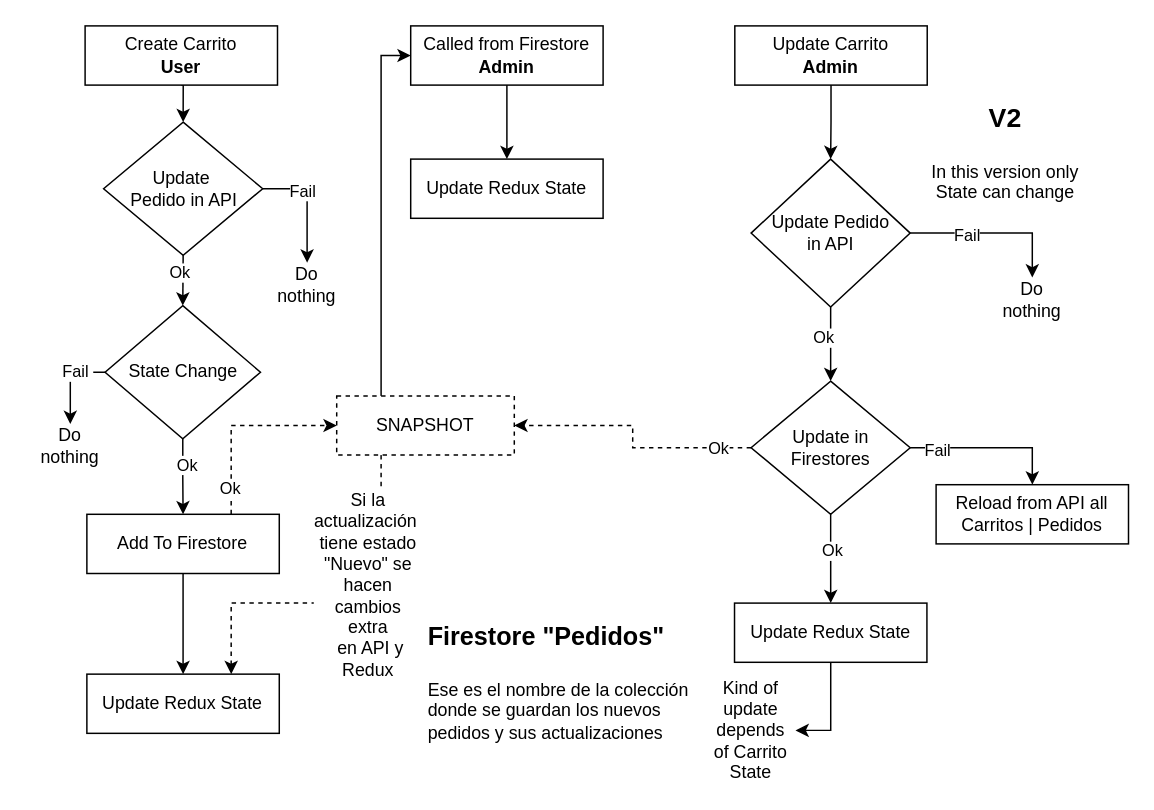
ariel0000/bar-app-diagrams keeps this draw.io diagram as D_Actividad Pedidos Firestore.drawio. Above is the earlier version. Source tidied: cells renumbered, new cells numbered last; positions are measured from the earlier drawing's top-left corner, leaving out a move shared by most shapes. Both pictures are drawn from the tidied source at 148%, with x=0, y=0 at pixel (25, 25).
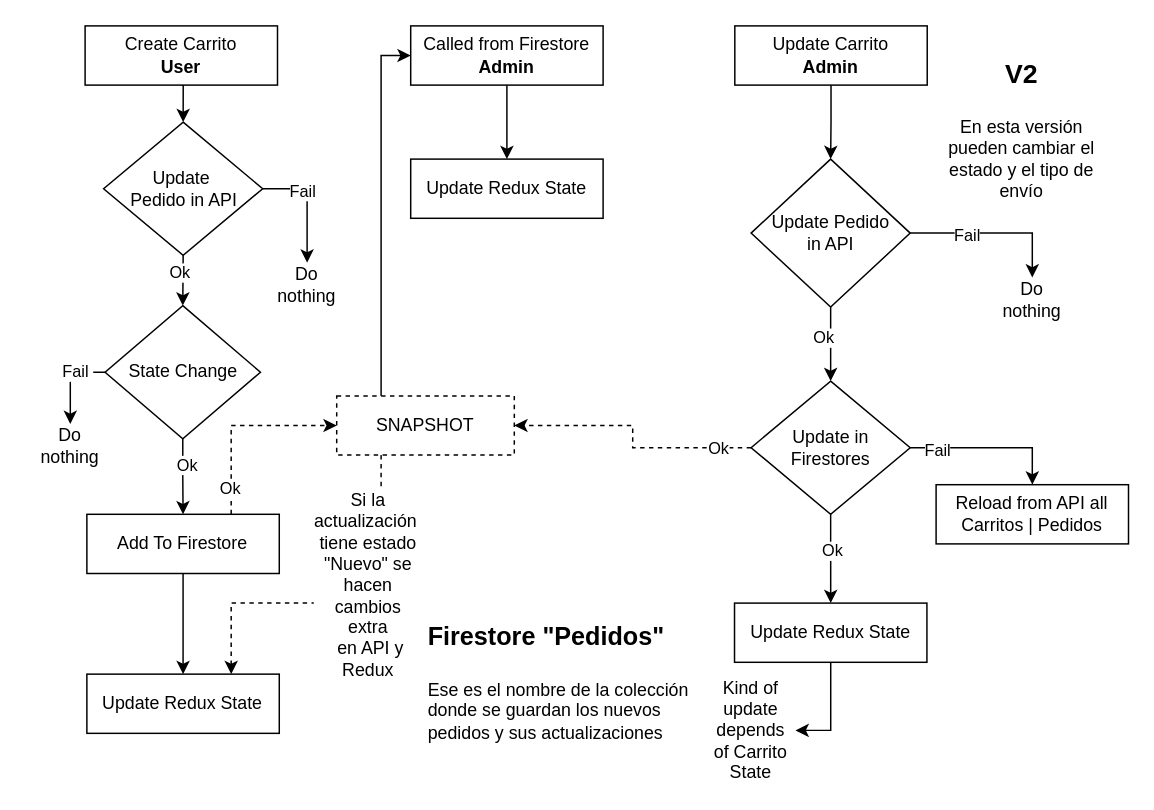
After the change.

The edit, as a diff of the source:
```diff
@@
-    <mxCell id="23" value="&lt;h1 style=&quot;margin-top: 0px;&quot;&gt;&lt;font style=&quot;font-size: 18px;&quot;&gt;V2&lt;/font&gt;&lt;/h1&gt;&lt;p&gt;In this version only State can change&lt;/p&gt;" style="text;html=1;whiteSpace=wrap;overflow=hidden;rounded=0;align=center;" parent="1" vertex="1">
-      <mxGeometry x="597.5" y="40" width="128" height="91" as="geometry" />
+    <mxCell id="23" value="&lt;h1 style=&quot;margin-top: 0px;&quot;&gt;&lt;font style=&quot;font-size: 18px;&quot;&gt;V2&lt;/font&gt;&lt;/h1&gt;&lt;p&gt;En esta versión pueden cambiar el estado y el tipo de envío&lt;/p&gt;" style="text;html=1;whiteSpace=wrap;overflow=hidden;rounded=0;align=center;" parent="1" vertex="1">
+      <mxGeometry x="609" y="10" width="128" height="110" as="geometry" />
     </mxCell>
```
